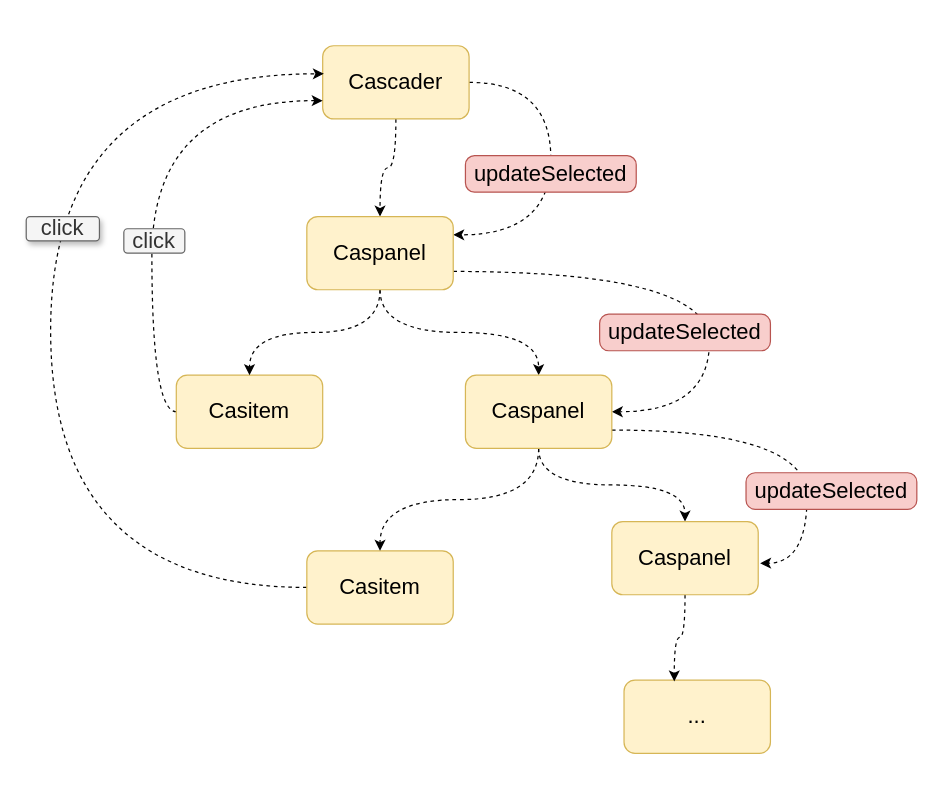
Above: page "iview" (4 of 4) of assets/drawio/vue.drawio in atanx/atanx.github.io (draw.io), before the change. Source tidied: cells renumbered, new cells numbered last; positions are measured from the earlier drawing's top-left corner, leaving out a move shared by most shapes. Both pictures are drawn from the tidied source at 122%, with x=0, y=0 at pixel (26, 45).
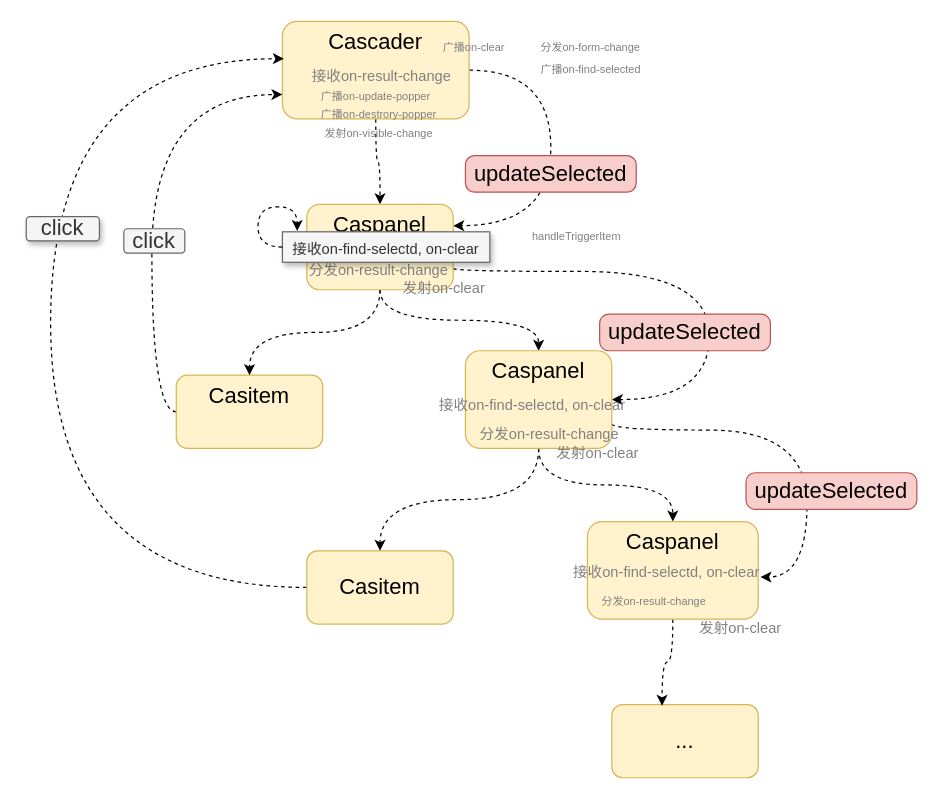
The same diagram, later.

Unchanged cells that the change refers to:
```xml
<mxCell id="13" value="Casitem" style="rounded=1;whiteSpace=wrap;html=1;labelBackgroundColor=none;fontSize=18;align=center;fillColor=#fff2cc;strokeColor=#d6b656;" parent="1" vertex="1">
  <mxGeometry x="230" y="414" width="120" height="60" as="geometry" />
</mxCell>
```

What changed in the source:
```diff
@@
     <mxCell id="3" style="edgeStyle=orthogonalEdgeStyle;curved=1;rounded=1;jettySize=auto;html=1;exitX=1;exitY=0.5;exitDx=0;exitDy=0;entryX=1;entryY=0.25;entryDx=0;entryDy=0;dashed=1;startArrow=none;startFill=0;fontSize=18;" parent="1" edge="1" source="5" target="10">
       <mxGeometry relative="1" as="geometry">
         <Array as="points">
-          <mxPoint x="430" y="30" />
-          <mxPoint x="430" y="155" />
+          <mxPoint x="430" y="20" />
+          <mxPoint x="430" y="147" />
         </Array>
       </mxGeometry>
     </mxCell>
     <mxCell id="4" style="edgeStyle=orthogonalEdgeStyle;curved=1;rounded=1;jettySize=auto;html=1;exitX=1;exitY=0.75;exitDx=0;exitDy=0;entryX=1;entryY=0.5;entryDx=0;entryDy=0;dashed=1;startArrow=none;startFill=0;fontSize=18;" parent="1" edge="1" source="10" target="17">
       <mxGeometry relative="1" as="geometry">
         <Array as="points">
           <mxPoint x="560" y="185" />
-          <mxPoint x="560" y="300" />
+          <mxPoint x="560" y="290" />
         </Array>
       </mxGeometry>
     </mxCell>
-    <mxCell id="5" value="Cascader" style="rounded=1;whiteSpace=wrap;html=1;labelBackgroundColor=none;fontSize=18;align=center;fillColor=#fff2cc;strokeColor=#d6b656;" parent="1" vertex="1">
-      <mxGeometry x="243" width="120" height="60" as="geometry" />
+    <mxCell id="5" value="Cascader" style="rounded=1;whiteSpace=wrap;html=1;labelBackgroundColor=none;fontSize=18;align=center;fillColor=#fff2cc;strokeColor=#d6b656;verticalAlign=top;" parent="1" vertex="1">
+      <mxGeometry x="210" y="-20" width="153" height="80" as="geometry" />
     </mxCell>
@@
-    <mxCell id="7" value="Casitem" style="rounded=1;whiteSpace=wrap;html=1;labelBackgroundColor=none;fontSize=18;align=center;fillColor=#fff2cc;strokeColor=#d6b656;" parent="1" vertex="1">
+    <mxCell id="7" value="Casitem" style="rounded=1;whiteSpace=wrap;html=1;labelBackgroundColor=none;fontSize=18;align=center;fillColor=#fff2cc;strokeColor=#d6b656;verticalAlign=top;" parent="1" vertex="1">
       <mxGeometry x="123" y="270" width="120" height="60" as="geometry" />
     </mxCell>
@@
-    <mxCell id="10" value="Caspanel" style="rounded=1;whiteSpace=wrap;html=1;labelBackgroundColor=none;fontSize=18;align=center;fillColor=#fff2cc;strokeColor=#d6b656;" parent="1" vertex="1">
-      <mxGeometry x="230" y="140" width="120" height="60" as="geometry" />
+    <mxCell id="10" value="Caspanel" style="rounded=1;whiteSpace=wrap;html=1;labelBackgroundColor=none;fontSize=18;align=center;fillColor=#fff2cc;strokeColor=#d6b656;verticalAlign=top;" parent="1" vertex="1">
+      <mxGeometry x="230" y="130" width="120" height="70" as="geometry" />
     </mxCell>
     <mxCell id="11" value="..." style="rounded=1;whiteSpace=wrap;html=1;labelBackgroundColor=none;fontSize=18;align=center;fillColor=#fff2cc;strokeColor=#d6b656;" parent="1" vertex="1">
-      <mxGeometry x="490" y="520" width="120" height="60" as="geometry" />
+      <mxGeometry x="480" y="540" width="120" height="60" as="geometry" />
     </mxCell>
     <mxCell id="12" style="edgeStyle=orthogonalEdgeStyle;curved=1;rounded=1;jettySize=auto;html=1;exitX=0;exitY=0.5;exitDx=0;exitDy=0;entryX=0.008;entryY=0.383;entryDx=0;entryDy=0;entryPerimeter=0;dashed=1;startArrow=none;startFill=0;fontSize=18;" parent="1" edge="1" source="13" target="5">
       <mxGeometry relative="1" as="geometry">
         <Array as="points">
           <mxPoint x="20" y="444" />
-          <mxPoint x="20" y="23" />
+          <mxPoint x="20" y="11" />
         </Array>
       </mxGeometry>
     </mxCell>
@@
     <mxCell id="16" style="edgeStyle=orthogonalEdgeStyle;curved=1;rounded=1;jettySize=auto;html=1;exitX=1;exitY=0.75;exitDx=0;exitDy=0;entryX=1.013;entryY=0.569;entryDx=0;entryDy=0;entryPerimeter=0;dashed=1;startArrow=none;startFill=0;fontSize=18;" parent="1" edge="1" source="17" target="19">
       <mxGeometry relative="1" as="geometry">
         <Array as="points">
+          <mxPoint x="480" y="315" />
           <mxPoint x="640" y="315" />
-          <mxPoint x="640" y="424" />
+          <mxPoint x="640" y="435" />
         </Array>
       </mxGeometry>
     </mxCell>
-    <mxCell id="17" value="Caspanel" style="rounded=1;whiteSpace=wrap;html=1;labelBackgroundColor=none;fontSize=18;align=center;fillColor=#fff2cc;strokeColor=#d6b656;" parent="1" vertex="1">
-      <mxGeometry x="360" y="270" width="120" height="60" as="geometry" />
+    <mxCell id="17" value="Caspanel" style="rounded=1;whiteSpace=wrap;html=1;labelBackgroundColor=none;fontSize=18;align=center;fillColor=#fff2cc;strokeColor=#d6b656;verticalAlign=top;" parent="1" vertex="1">
+      <mxGeometry x="360" y="250" width="120" height="80" as="geometry" />
     </mxCell>
@@
-    <mxCell id="19" value="Caspanel" style="rounded=1;whiteSpace=wrap;html=1;labelBackgroundColor=none;fontSize=18;align=center;fillColor=#fff2cc;strokeColor=#d6b656;" parent="1" vertex="1">
-      <mxGeometry x="480" y="390" width="120" height="60" as="geometry" />
+    <mxCell id="19" value="Caspanel" style="rounded=1;whiteSpace=wrap;html=1;labelBackgroundColor=none;fontSize=18;align=center;fillColor=#fff2cc;strokeColor=#d6b656;verticalAlign=top;" parent="1" vertex="1">
+      <mxGeometry x="460" y="390" width="140" height="80" as="geometry" />
     </mxCell>
@@
+    <mxCell id="25" value="&lt;font style=&quot;font-size: 12px&quot;&gt;接收on-result-change&lt;/font&gt;" style="text;html=1;strokeColor=none;fillColor=none;align=center;verticalAlign=middle;whiteSpace=wrap;rounded=0;shadow=1;glass=0;comic=0;labelBackgroundColor=none;fontSize=18;fontColor=#808080;" parent="1" vertex="1">
+      <mxGeometry x="230" y="15" width="123" height="15" as="geometry" />
+    </mxCell>
+    <mxCell id="26" value="&lt;font style=&quot;font-size: 12px&quot;&gt;接收on-find-selectd, on-clear&lt;/font&gt;" style="text;html=1;strokeColor=none;fillColor=none;align=center;verticalAlign=middle;whiteSpace=wrap;rounded=0;shadow=1;glass=0;comic=0;labelBackgroundColor=none;fontSize=18;fontColor=#808080;" parent="1" vertex="1">
+      <mxGeometry x="440" y="417.5" width="170" height="25" as="geometry" />
+    </mxCell>
+    <mxCell id="27" value="&lt;font style=&quot;font-size: 12px&quot;&gt;分发on-result-change&lt;/font&gt;" style="text;html=1;fontSize=18;fontColor=#808080;" parent="1" vertex="1">
+      <mxGeometry x="370" y="300" width="140" height="20" as="geometry" />
+    </mxCell>
+    <mxCell id="28" value="&lt;font style=&quot;font-size: 12px&quot;&gt;分发on-result-change&lt;/font&gt;" style="text;html=1;fontSize=18;fontColor=#808080;" parent="1" vertex="1">
+      <mxGeometry x="230" y="165" width="124" height="35" as="geometry" />
+    </mxCell>
+    <mxCell id="29" value="分发on-result-change" style="text;html=1;fontSize=9;fontColor=#808080;" parent="1" vertex="1">
+      <mxGeometry x="470" y="444" width="120" height="20" as="geometry" />
+    </mxCell>
+    <mxCell id="30" value="发射on-clear" style="text;html=1;fontSize=12;fontColor=#808080;" parent="1" vertex="1">
+      <mxGeometry x="550" y="464" width="80" height="30" as="geometry" />
+    </mxCell>
+    <mxCell id="31" value="发射on-clear" style="text;html=1;fontSize=12;fontColor=#808080;" parent="1" vertex="1">
+      <mxGeometry x="433" y="320" width="80" height="30" as="geometry" />
+    </mxCell>
+    <mxCell id="32" value="发射on-clear" style="text;html=1;fontSize=12;fontColor=#808080;" parent="1" vertex="1">
+      <mxGeometry x="306.5" y="185" width="80" height="30" as="geometry" />
+    </mxCell>
+    <mxCell id="33" value="&lt;font style=&quot;font-size: 12px&quot;&gt;接收on-find-selectd, on-clear&lt;/font&gt;" style="text;html=1;strokeColor=none;fillColor=none;align=center;verticalAlign=middle;whiteSpace=wrap;rounded=0;shadow=1;glass=0;comic=0;labelBackgroundColor=none;fontSize=18;fontColor=#808080;" parent="1" vertex="1">
+      <mxGeometry x="330" y="280" width="170" height="25" as="geometry" />
+    </mxCell>
+    <mxCell id="34" value="&lt;font style=&quot;font-size: 12px&quot;&gt;接收on-find-selectd, on-clear&lt;/font&gt;" style="text;html=1;strokeColor=#666666;fillColor=#f5f5f5;align=center;verticalAlign=middle;whiteSpace=wrap;rounded=0;shadow=1;glass=0;comic=0;labelBackgroundColor=none;fontSize=18;fontColor=#333333;" parent="1" vertex="1">
+      <mxGeometry x="210" y="152.5" width="170" height="25" as="geometry" />
+    </mxCell>
+    <mxCell id="35" style="edgeStyle=orthogonalEdgeStyle;curved=1;rounded=1;orthogonalLoop=1;jettySize=auto;html=1;exitX=0;exitY=0.5;exitDx=0;exitDy=0;entryX=0.071;entryY=-0.028;entryDx=0;entryDy=0;dashed=1;startArrow=none;startFill=0;fontSize=9;fontColor=#808080;entryPerimeter=0;" parent="1" edge="1" source="34" target="34">
+      <mxGeometry relative="1" as="geometry">
+        <Array as="points">
+          <mxPoint x="190" y="165" />
+          <mxPoint x="190" y="132" />
+          <mxPoint x="222" y="132" />
+        </Array>
+      </mxGeometry>
+    </mxCell>
+    <mxCell id="36" value="广播on-update-popper" style="text;html=1;fontSize=9;fontColor=#808080;" parent="1" vertex="1">
+      <mxGeometry x="240" y="30" width="120" height="30" as="geometry" />
+    </mxCell>
+    <mxCell id="37" value="广播on-destrory-popper" style="text;html=1;fontSize=9;fontColor=#808080;" parent="1" vertex="1">
+      <mxGeometry x="240" y="45" width="120" height="30" as="geometry" />
+    </mxCell>
+    <mxCell id="38" value="发射on-visible-change" style="text;html=1;fontSize=9;fontColor=#808080;" parent="1" vertex="1">
+      <mxGeometry x="243" y="60" width="120" height="30" as="geometry" />
+    </mxCell>
+    <mxCell id="39" value="广播on-clear" style="text;html=1;fontSize=9;fontColor=#808080;" parent="1" vertex="1">
+      <mxGeometry x="340" y="-10" width="120" height="30" as="geometry" />
+    </mxCell>
+    <mxCell id="40" value="广播on-find-selected" style="text;html=1;fontSize=9;fontColor=#808080;" parent="1" vertex="1">
+      <mxGeometry x="420" y="7.5" width="120" height="30" as="geometry" />
+    </mxCell>
+    <mxCell id="41" value="分发on-form-change" style="text;html=1;fontSize=9;fontColor=#808080;" parent="1" vertex="1">
+      <mxGeometry x="420" y="-10" width="110" height="30" as="geometry" />
+    </mxCell>
+    <mxCell id="42" value="handleTriggerItem" style="text;html=1;fontSize=9;fontColor=#808080;" parent="1" vertex="1">
+      <mxGeometry x="413" y="145" width="120" height="30" as="geometry" />
+    </mxCell>
```
